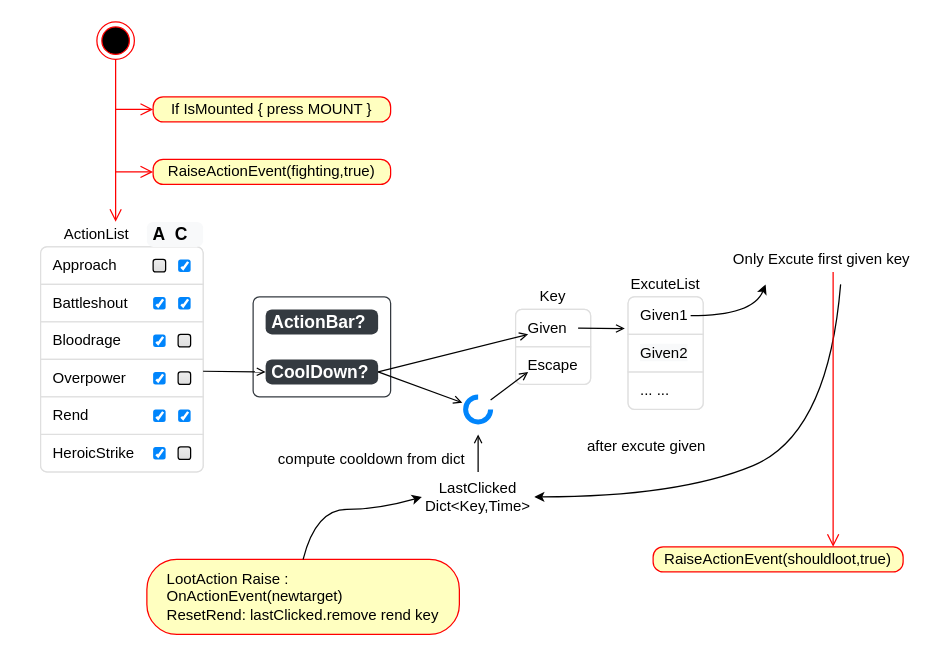
The draw.io diagram KillTargetAction.drawio in YannieCheung/botgrams, before the edit. Source tidied: cells renumbered, new cells numbered last; positions are measured from the earlier drawing's top-left corner, leaving out a move shared by most shapes. Both pictures are drawn from the tidied source at 125%, with x=0, y=0 at pixel (40, 21).
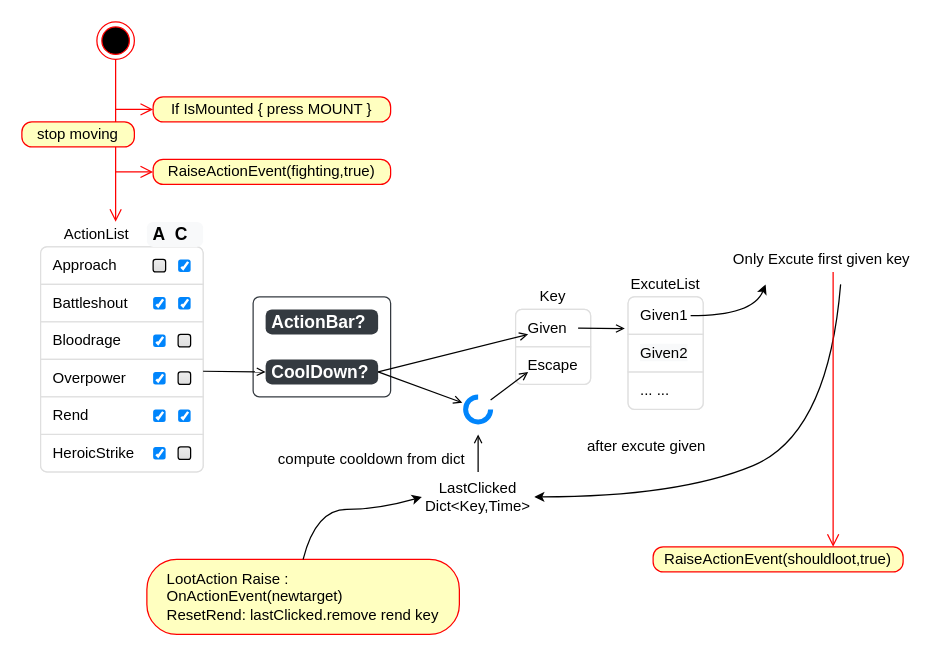
Above is the later version.

The edit, as a diff of the source:
```diff
@@
+    <mxCell id="58" value="&lt;div style=&quot;text-align: left;&quot;&gt;stop moving&lt;/div&gt;" style="rounded=1;whiteSpace=wrap;html=1;arcSize=40;fontColor=#000000;fillColor=#ffffc0;strokeColor=#ff0000;" parent="1" vertex="1">
+      <mxGeometry x="-15" y="80" width="90" height="20" as="geometry" />
+    </mxCell>
```
